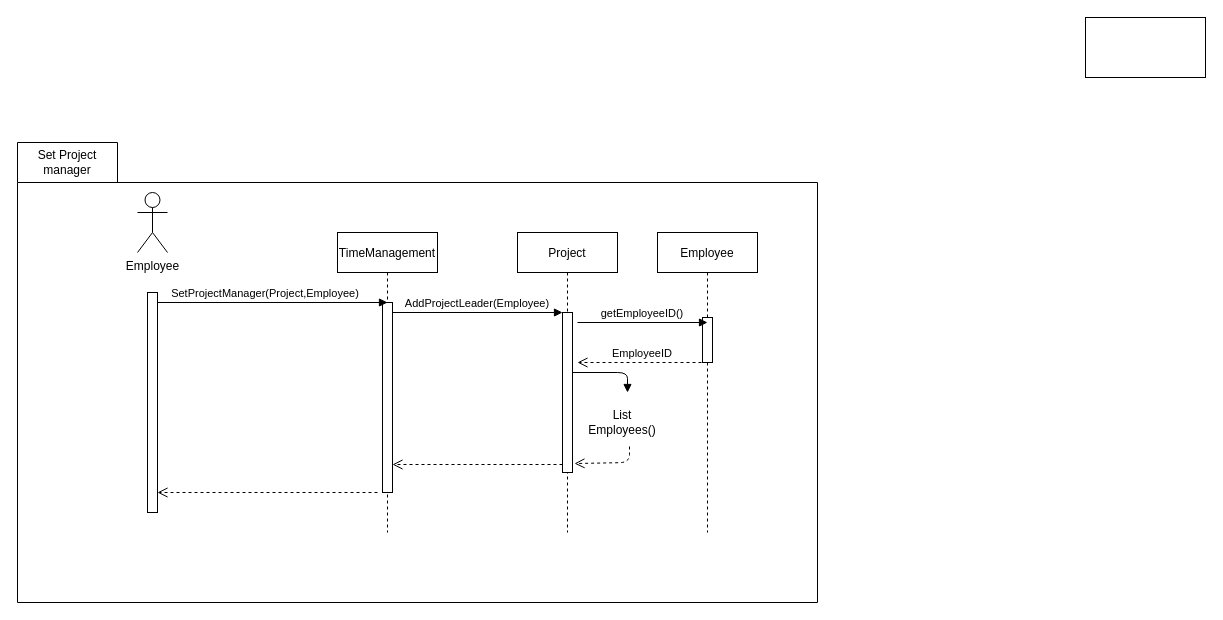
The draw.io diagram setEmployeAsProjectManager.drawio in HLLissau/SoftwareProjekt, before the edit. Source tidied: cells renumbered, new cells numbered last; positions are measured from the earlier drawing's top-left corner, leaving out a move shared by most shapes. Both pictures are drawn from the tidied source at 100%, with x=0, y=0 at pixel (17, 17).
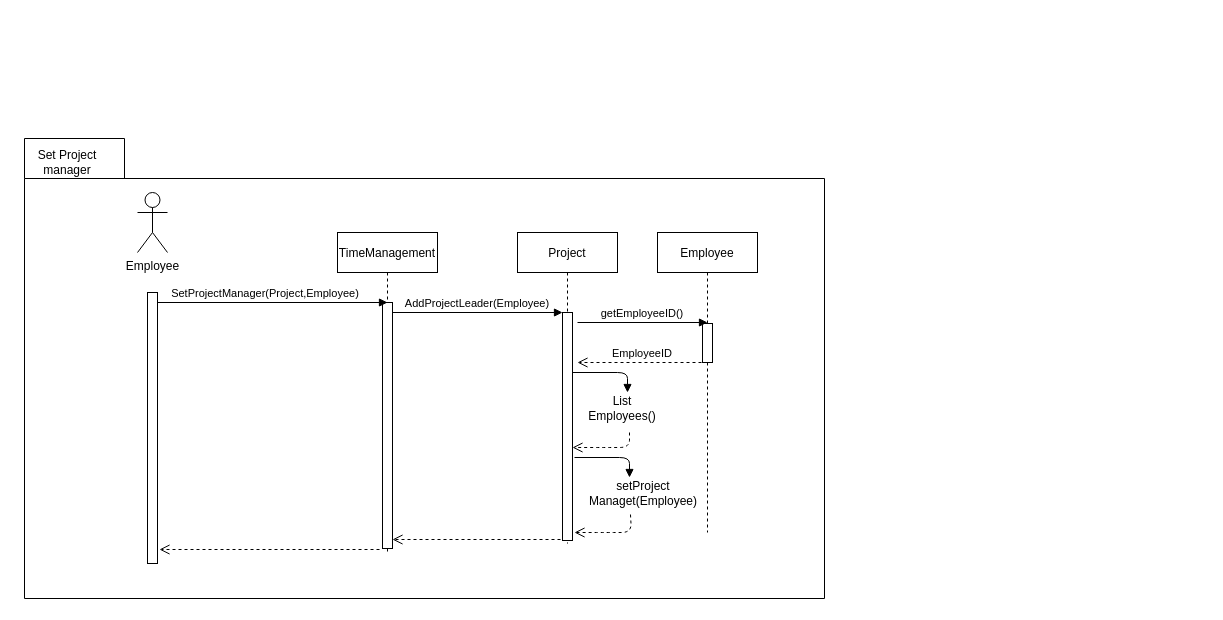
The same page after the edit.

The change refers to these unchanged cells:
```xml
<mxCell id="11" value="Employee" style="shape=umlLifeline;perimeter=lifelinePerimeter;rounded=0;shadow=0;strokeWidth=1;" parent="1" vertex="1">
  <mxGeometry x="640" y="215" width="100" height="300" as="geometry" />
</mxCell>
```

The edit, as a diff of the source:
```diff
@@
     <mxCell id="2" style="shape=folder;fontStyle=1;spacingTop=10;tabWidth=100;tabHeight=40;tabPosition=left;html=1;" parent="1" vertex="1">
-      <mxGeometry y="125" width="800" height="460" as="geometry" />
+      <mxGeometry x="7" y="121" width="800" height="460" as="geometry" />
     </mxCell>
     <mxCell id="3" value="TimeManagement" style="shape=umlLifeline;perimeter=lifelinePerimeter;rounded=0;shadow=0;strokeWidth=1;" parent="1" vertex="1">
-      <mxGeometry x="320" y="215" width="100" height="300" as="geometry" />
+      <mxGeometry x="320" y="215" width="100" height="322" as="geometry" />
     </mxCell>
     <mxCell id="4" style="points=[];perimeter=orthogonalPerimeter;rounded=0;shadow=0;strokeWidth=1;" parent="3" vertex="1">
-      <mxGeometry x="45" y="70" width="10" height="190" as="geometry" />
+      <mxGeometry x="45" y="70" width="10" height="246" as="geometry" />
     </mxCell>
     <mxCell id="5" value="Project" style="shape=umlLifeline;perimeter=lifelinePerimeter;rounded=0;shadow=0;strokeWidth=1;" parent="1" vertex="1">
-      <mxGeometry x="500" y="215" width="100" height="300" as="geometry" />
+      <mxGeometry x="500" y="215" width="100" height="311" as="geometry" />
     </mxCell>
     <mxCell id="6" style="points=[];perimeter=orthogonalPerimeter;rounded=0;shadow=0;strokeWidth=1;" parent="5" vertex="1">
-      <mxGeometry x="45" y="80" width="10" height="160" as="geometry" />
+      <mxGeometry x="45" y="80" width="10" height="228" as="geometry" />
     </mxCell>
-    <mxCell id="7" style="verticalAlign=bottom;endArrow=open;dashed=1;endSize=8;exitX=0;exitY=0.95;shadow=0;strokeWidth=1;" parent="1" edge="1" source="6" target="4">
-      <mxGeometry relative="1" as="geometry" />
+    <mxCell id="7" style="verticalAlign=bottom;endArrow=open;dashed=1;endSize=8;shadow=0;strokeWidth=1;" parent="1" edge="1" target="4">
+      <mxGeometry relative="1" as="geometry">
+        <mxPoint x="543" y="522" as="sourcePoint" />
+        <Array as="points">
+          <mxPoint x="476" y="522" />
+        </Array>
+      </mxGeometry>
     </mxCell>
@@
-    <mxCell id="10" style="verticalAlign=bottom;endArrow=open;dashed=1;endSize=8;shadow=0;strokeWidth=1;exitX=0.64;exitY=1.1;exitDx=0;exitDy=0;exitPerimeter=0;entryX=1.2;entryY=0.944;entryDx=0;entryDy=0;entryPerimeter=0;" parent="1" edge="1" source="17" target="6">
+    <mxCell id="10" style="verticalAlign=bottom;endArrow=open;dashed=1;endSize=8;shadow=0;strokeWidth=1;exitX=0.64;exitY=1.1;exitDx=0;exitDy=0;exitPerimeter=0;" parent="1" edge="1" source="17" target="6">
       <mxGeometry relative="1" as="geometry">
         <Array as="points">
-          <mxPoint x="612" y="445" />
+          <mxPoint x="612" y="430" />
+          <mxPoint x="587" y="430" />
         </Array>
       </mxGeometry>
     </mxCell>
@@
     <mxCell id="12" style="perimeter=orthogonalPerimeter;rounded=0;shadow=0;strokeWidth=1;" parent="11" vertex="1">
-      <mxGeometry x="45" y="85" width="10" height="45" as="geometry" />
+      <mxGeometry x="45" y="91" width="10" height="39" as="geometry" />
     </mxCell>
@@
     <mxCell id="17" value="List Employees()" style="text;html=1;strokeColor=none;fillColor=none;align=center;verticalAlign=middle;whiteSpace=wrap;rounded=0;" parent="1" vertex="1">
-      <mxGeometry x="580" y="385" width="50" height="40" as="geometry" />
+      <mxGeometry x="580" y="371" width="50" height="40" as="geometry" />
     </mxCell>
     <mxCell id="18" style="perimeter=orthogonalPerimeter;rounded=0;shadow=0;strokeWidth=1;" parent="1" vertex="1">
-      <mxGeometry x="130" y="275" width="10" height="220" as="geometry" />
+      <mxGeometry x="130" y="275" width="10" height="271" as="geometry" />
     </mxCell>
     <mxCell id="19" style="verticalAlign=bottom;endArrow=open;dashed=1;endSize=8;exitX=0;exitY=0.95;shadow=0;strokeWidth=1;" parent="1" edge="1">
       <mxGeometry relative="1" as="geometry">
-        <mxPoint x="360" y="475" as="sourcePoint" />
-        <mxPoint x="140" y="475" as="targetPoint" />
+        <mxPoint x="362" y="532" as="sourcePoint" />
+        <mxPoint x="142" y="532" as="targetPoint" />
       </mxGeometry>
     </mxCell>
@@
-    <mxCell id="21" style="rounded=0;whiteSpace=wrap;html=1;" parent="1" vertex="1">
-      <mxGeometry x="1068" width="120" height="60" as="geometry" />
-    </mxCell>
+    <mxCell id="22" style="verticalAlign=bottom;endArrow=block;entryX=1;entryY=0;shadow=0;strokeWidth=1;" parent="1" edge="1">
+      <mxGeometry relative="1" as="geometry">
+        <mxPoint x="557" y="440" as="sourcePoint" />
+        <mxPoint x="612" y="460" as="targetPoint" />
+        <Array as="points">
+          <mxPoint x="612" y="440" />
+        </Array>
+      </mxGeometry>
+    </mxCell>
+    <mxCell id="23" style="verticalAlign=bottom;endArrow=open;dashed=1;endSize=8;shadow=0;strokeWidth=1;exitX=0.352;exitY=1.025;exitDx=0;exitDy=0;exitPerimeter=0;" parent="1" edge="1" source="24">
+      <mxGeometry relative="1" as="geometry">
+        <mxPoint x="557" y="515" as="targetPoint" />
+        <Array as="points">
+          <mxPoint x="614" y="515" />
+          <mxPoint x="589" y="515" />
+        </Array>
+      </mxGeometry>
+    </mxCell>
+    <mxCell id="24" value="setProject Managet(Employee)" style="text;html=1;strokeColor=none;fillColor=none;align=center;verticalAlign=middle;whiteSpace=wrap;rounded=0;" parent="1" vertex="1">
+      <mxGeometry x="582" y="456" width="88" height="40" as="geometry" />
+    </mxCell>
```
